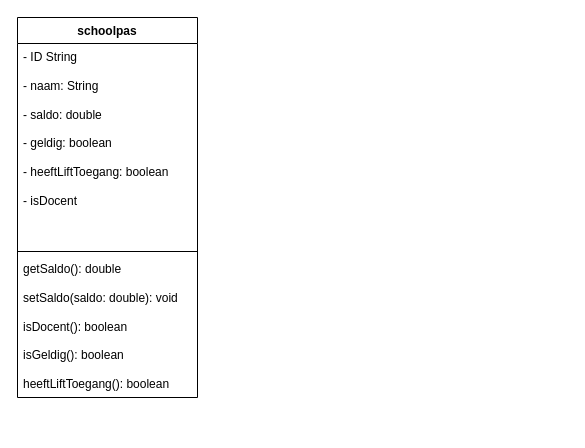
Earlier version of the draw.io diagram class-diagram-schoolsysteem.drawio (Yonaki51/OOP-extra-opdracht). Source tidied: cells renumbered, new cells numbered last; positions are measured from the earlier drawing's top-left corner, leaving out a move shared by most shapes. Both pictures are drawn from the tidied source at 100%, with x=0, y=0 at pixel (17, 17).
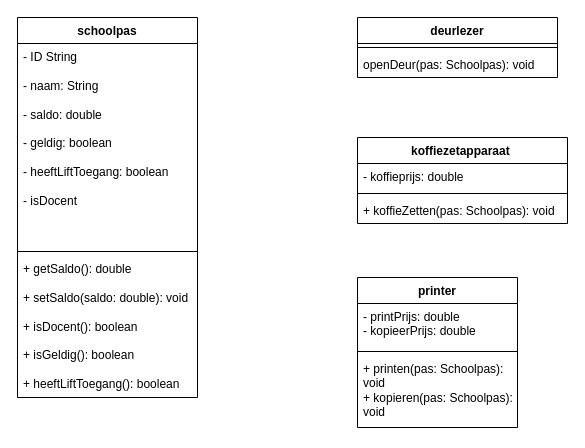
The same page after the edit.

Commit message:
koffiezetapparaat en printer aangemaakt

Diff of the diagram source:
```diff
@@
 <mxGraphModel>
   <root>
     <mxCell id="0" />
     <mxCell id="1" parent="0" />
     <mxCell id="2" value="schoolpas" style="swimlane;fontStyle=1;align=center;verticalAlign=top;horizontal=1;startSize=26;whiteSpace=wrap;html=1;" parent="1" vertex="1">
       <mxGeometry width="180" height="380" as="geometry" />
     </mxCell>
     <mxCell id="3" value="- ID String&lt;div&gt;&lt;br&gt;&lt;/div&gt;&lt;div&gt;- naam: String&lt;/div&gt;&lt;div&gt;&lt;br&gt;&lt;/div&gt;&lt;div&gt;- saldo: double&lt;/div&gt;&lt;div&gt;&lt;br&gt;&lt;/div&gt;&lt;div&gt;- geldig: boolean&lt;/div&gt;&lt;div&gt;&lt;br&gt;&lt;/div&gt;&lt;div&gt;- heeftLiftToegang: boolean&lt;/div&gt;&lt;div&gt;&lt;br&gt;&lt;/div&gt;&lt;div&gt;- isDocent&lt;/div&gt;" style="text;strokeColor=none;fillColor=none;align=left;verticalAlign=top;spacingLeft=4;spacingRight=4;overflow=hidden;whiteSpace=wrap;html=1;" parent="2" vertex="1">
       <mxGeometry y="26" width="180" height="204" as="geometry" />
     </mxCell>
     <mxCell id="4" style="line;strokeWidth=1;fillColor=none;align=left;verticalAlign=middle;spacingTop=-1;spacingLeft=3;spacingRight=3;labelPosition=right;strokeColor=inherit;" parent="2" vertex="1">
       <mxGeometry y="230" width="180" height="8" as="geometry" />
     </mxCell>
-    <mxCell id="5" value="&lt;div&gt;getSaldo(): double&lt;/div&gt;&lt;div&gt;&lt;br&gt;&lt;/div&gt;&lt;div&gt;setSaldo(saldo: double): void&lt;/div&gt;&lt;div&gt;&lt;br&gt;&lt;/div&gt;&lt;div&gt;isDocent(): boolean&lt;/div&gt;&lt;div&gt;&lt;br&gt;&lt;/div&gt;&lt;div&gt;isGeldig(): boolean&lt;/div&gt;&lt;div&gt;&lt;br&gt;&lt;/div&gt;&lt;div&gt;heeftLiftToegang(): boolean&lt;/div&gt;" style="text;strokeColor=none;fillColor=none;align=left;verticalAlign=top;spacingLeft=4;spacingRight=4;overflow=hidden;whiteSpace=wrap;html=1;" parent="2" vertex="1">
+    <mxCell id="5" value="&lt;div&gt;+ getSaldo(): double&lt;/div&gt;&lt;div&gt;&lt;br&gt;&lt;/div&gt;&lt;div&gt;+ setSaldo(saldo: double): void&lt;/div&gt;&lt;div&gt;&lt;br&gt;&lt;/div&gt;&lt;div&gt;+ isDocent(): boolean&lt;/div&gt;&lt;div&gt;&lt;br&gt;&lt;/div&gt;&lt;div&gt;+ isGeldig(): boolean&lt;/div&gt;&lt;div&gt;&lt;br&gt;&lt;/div&gt;&lt;div&gt;+ heeftLiftToegang(): boolean&lt;/div&gt;" style="text;strokeColor=none;fillColor=none;align=left;verticalAlign=top;spacingLeft=4;spacingRight=4;overflow=hidden;whiteSpace=wrap;html=1;" parent="2" vertex="1">
       <mxGeometry y="238" width="180" height="142" as="geometry" />
     </mxCell>
+    <mxCell id="6" value="deurlezer" style="swimlane;fontStyle=1;align=center;verticalAlign=top;horizontal=1;startSize=26;whiteSpace=wrap;html=1;" parent="1" vertex="1">
+      <mxGeometry x="340" width="200" height="60" as="geometry" />
+    </mxCell>
+    <mxCell id="7" style="line;strokeWidth=1;fillColor=none;align=left;verticalAlign=middle;spacingTop=-1;spacingLeft=3;spacingRight=3;labelPosition=right;strokeColor=inherit;" parent="6" vertex="1">
+      <mxGeometry y="26" width="200" height="8" as="geometry" />
+    </mxCell>
+    <mxCell id="8" value="openDeur(pas: Schoolpas): void" style="text;strokeColor=none;fillColor=none;align=left;verticalAlign=top;spacingLeft=4;spacingRight=4;overflow=hidden;whiteSpace=wrap;html=1;" parent="6" vertex="1">
+      <mxGeometry y="34" width="200" height="26" as="geometry" />
+    </mxCell>
+    <mxCell id="9" value="koffiezetapparaat&amp;nbsp;" style="swimlane;fontStyle=1;align=center;verticalAlign=top;horizontal=1;startSize=26;whiteSpace=wrap;html=1;" parent="1" vertex="1">
+      <mxGeometry x="340" y="120" width="210" height="86" as="geometry" />
+    </mxCell>
+    <mxCell id="10" value="- koffieprijs: double" style="text;strokeColor=none;fillColor=none;align=left;verticalAlign=top;spacingLeft=4;spacingRight=4;overflow=hidden;whiteSpace=wrap;html=1;" parent="9" vertex="1">
+      <mxGeometry y="26" width="210" height="26" as="geometry" />
+    </mxCell>
+    <mxCell id="11" style="line;strokeWidth=1;fillColor=none;align=left;verticalAlign=middle;spacingTop=-1;spacingLeft=3;spacingRight=3;labelPosition=right;strokeColor=inherit;" parent="9" vertex="1">
+      <mxGeometry y="52" width="210" height="8" as="geometry" />
+    </mxCell>
+    <mxCell id="12" value="&lt;div&gt;+ koffieZetten(pas: Schoolpas): void&lt;/div&gt;&lt;div&gt;&lt;br&gt;&lt;/div&gt;" style="text;strokeColor=none;fillColor=none;align=left;verticalAlign=top;spacingLeft=4;spacingRight=4;overflow=hidden;whiteSpace=wrap;html=1;" parent="9" vertex="1">
+      <mxGeometry y="60" width="210" height="26" as="geometry" />
+    </mxCell>
+    <mxCell id="13" value="printer" style="swimlane;fontStyle=1;align=center;verticalAlign=top;horizontal=1;startSize=26;whiteSpace=wrap;html=1;" parent="1" vertex="1">
+      <mxGeometry x="340" y="260" width="160" height="150" as="geometry" />
+    </mxCell>
+    <mxCell id="14" value="&lt;div&gt;- printPrijs: double&lt;/div&gt;&lt;div&gt;- kopieerPrijs: double&lt;/div&gt;" style="text;strokeColor=none;fillColor=none;align=left;verticalAlign=top;spacingLeft=4;spacingRight=4;overflow=hidden;whiteSpace=wrap;html=1;" parent="13" vertex="1">
+      <mxGeometry y="26" width="160" height="44" as="geometry" />
+    </mxCell>
+    <mxCell id="15" style="line;strokeWidth=1;fillColor=none;align=left;verticalAlign=middle;spacingTop=-1;spacingLeft=3;spacingRight=3;labelPosition=right;strokeColor=inherit;" parent="13" vertex="1">
+      <mxGeometry y="70" width="160" height="8" as="geometry" />
+    </mxCell>
+    <mxCell id="16" value="&lt;div&gt;+ printen(pas: Schoolpas): void&lt;/div&gt;&lt;div&gt;+ kopieren(pas: Schoolpas): void&lt;/div&gt;&lt;div&gt;&lt;br&gt;&lt;/div&gt;" style="text;strokeColor=none;fillColor=none;align=left;verticalAlign=top;spacingLeft=4;spacingRight=4;overflow=hidden;whiteSpace=wrap;html=1;" parent="13" vertex="1">
+      <mxGeometry y="78" width="160" height="72" as="geometry" />
+    </mxCell>
   </root>
 </mxGraphModel>
```
